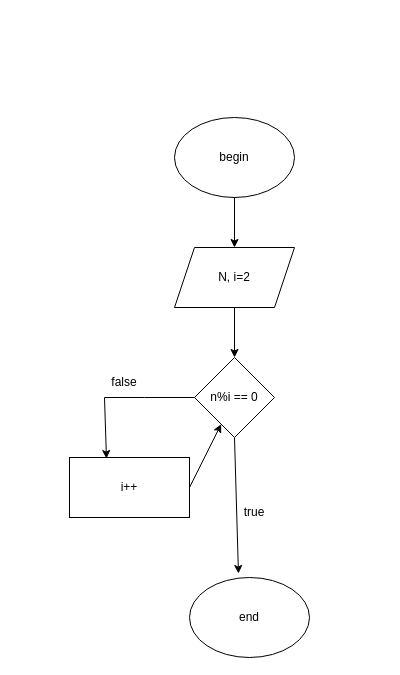
The draw.io diagram Biểu đồ không có tiêu đề.drawio in khoanld-2442/abc, before the edit. Source tidied: cells renumbered, new cells numbered last; positions are measured from the earlier drawing's top-left corner, leaving out a move shared by most shapes. Both pictures are drawn from the tidied source at 100%, with x=0, y=0 at pixel (69, 117).
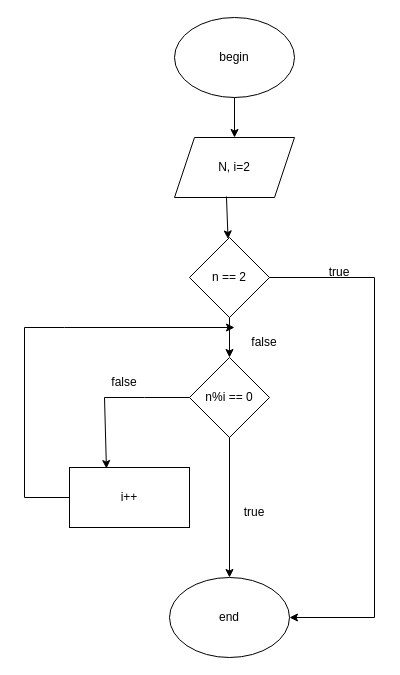
The same diagram, later.

Commit message (it also covers changes not shown here):
Cập nhật Biểu đồ không có tiêu đề.drawio

The edit, as a diff of the source:
```diff
@@
     <mxCell id="2" value="begin" style="ellipse;whiteSpace=wrap;html=1;" parent="1" vertex="1">
-      <mxGeometry x="105" width="120" height="80" as="geometry" />
+      <mxGeometry x="105" y="-100" width="120" height="80" as="geometry" />
     </mxCell>
     <mxCell id="3" value="N, i=2" style="shape=parallelogram;perimeter=parallelogramPerimeter;whiteSpace=wrap;html=1;fixedSize=1;" parent="1" vertex="1">
-      <mxGeometry x="105" y="130" width="120" height="60" as="geometry" />
+      <mxGeometry x="105" y="20" width="120" height="60" as="geometry" />
     </mxCell>
     <mxCell id="4" value="n%i == 0" style="rhombus;whiteSpace=wrap;html=1;" parent="1" vertex="1">
-      <mxGeometry x="125" y="240" width="80" height="80" as="geometry" />
+      <mxGeometry x="120" y="240" width="80" height="80" as="geometry" />
     </mxCell>
     <mxCell id="5" value="i++" style="rounded=0;whiteSpace=wrap;html=1;" parent="1" vertex="1">
-      <mxGeometry y="340" width="120" height="60" as="geometry" />
+      <mxGeometry y="350" width="120" height="60" as="geometry" />
     </mxCell>
     <mxCell id="6" value="end" style="ellipse;whiteSpace=wrap;html=1;" parent="1" vertex="1">
-      <mxGeometry x="120" y="460" width="120" height="80" as="geometry" />
+      <mxGeometry x="100" y="460" width="120" height="80" as="geometry" />
     </mxCell>
-    <mxCell id="7" style="endArrow=classic;html=1;rounded=0;exitX=0.5;exitY=1;exitDx=0;exitDy=0;entryX=0.408;entryY=-0.05;entryDx=0;entryDy=0;entryPerimeter=0;" parent="1" edge="1" source="4" target="6">
+    <mxCell id="7" style="endArrow=classic;html=1;rounded=0;exitX=0.5;exitY=1;exitDx=0;exitDy=0;" parent="1" edge="1" source="4" target="6">
       <mxGeometry relative="1" as="geometry" />
     </mxCell>
@@
-    <mxCell id="9" style="endArrow=classic;html=1;rounded=0;exitX=1;exitY=0.5;exitDx=0;exitDy=0;" parent="1" edge="1" source="5" target="4">
-      <mxGeometry relative="1" as="geometry" />
-    </mxCell>
@@
-    <mxCell id="11" style="endArrow=classic;html=1;rounded=0;exitX=0.5;exitY=1;exitDx=0;exitDy=0;entryX=0.5;entryY=0;entryDx=0;entryDy=0;" parent="1" edge="1" source="3" target="4">
-      <mxGeometry relative="1" as="geometry" />
-    </mxCell>
@@
+    <mxCell id="14" value="n == 2" style="rhombus;whiteSpace=wrap;html=1;" parent="1" vertex="1">
+      <mxGeometry x="120" y="120" width="80" height="80" as="geometry" />
+    </mxCell>
+    <mxCell id="15" style="endArrow=classic;html=1;rounded=0;exitX=0.433;exitY=0.983;exitDx=0;exitDy=0;exitPerimeter=0;" parent="1" edge="1" source="3" target="14">
+      <mxGeometry relative="1" as="geometry" />
+    </mxCell>
+    <mxCell id="16" style="endArrow=classic;html=1;rounded=0;exitX=1;exitY=0.5;exitDx=0;exitDy=0;entryX=1;entryY=0.5;entryDx=0;entryDy=0;" parent="1" edge="1" source="14" target="6">
+      <mxGeometry relative="1" as="geometry">
+        <Array as="points">
+          <mxPoint x="305" y="160" />
+          <mxPoint x="305" y="500" />
+        </Array>
+      </mxGeometry>
+    </mxCell>
+    <mxCell id="17" style="endArrow=classic;html=1;rounded=0;exitX=0.5;exitY=1;exitDx=0;exitDy=0;entryX=0.5;entryY=0;entryDx=0;entryDy=0;" parent="1" edge="1" source="14" target="4">
+      <mxGeometry relative="1" as="geometry" />
+    </mxCell>
+    <mxCell id="18" value="true" style="text;html=1;strokeColor=none;fillColor=none;align=center;verticalAlign=middle;whiteSpace=wrap;rounded=0;" parent="1" vertex="1">
+      <mxGeometry x="240" y="140" width="60" height="30" as="geometry" />
+    </mxCell>
+    <mxCell id="19" value="false" style="text;html=1;strokeColor=none;fillColor=none;align=center;verticalAlign=middle;whiteSpace=wrap;rounded=0;" parent="1" vertex="1">
+      <mxGeometry x="165" y="210" width="60" height="30" as="geometry" />
+    </mxCell>
+    <mxCell id="20" style="endArrow=classic;html=1;rounded=0;exitX=0;exitY=0.5;exitDx=0;exitDy=0;entryX=0;entryY=0;entryDx=0;entryDy=0;" parent="1" edge="1" source="5" target="19">
+      <mxGeometry relative="1" as="geometry">
+        <Array as="points">
+          <mxPoint x="-45" y="380" />
+          <mxPoint x="-45" y="210" />
+          <mxPoint x="-5" y="210" />
+        </Array>
+      </mxGeometry>
+    </mxCell>
```
